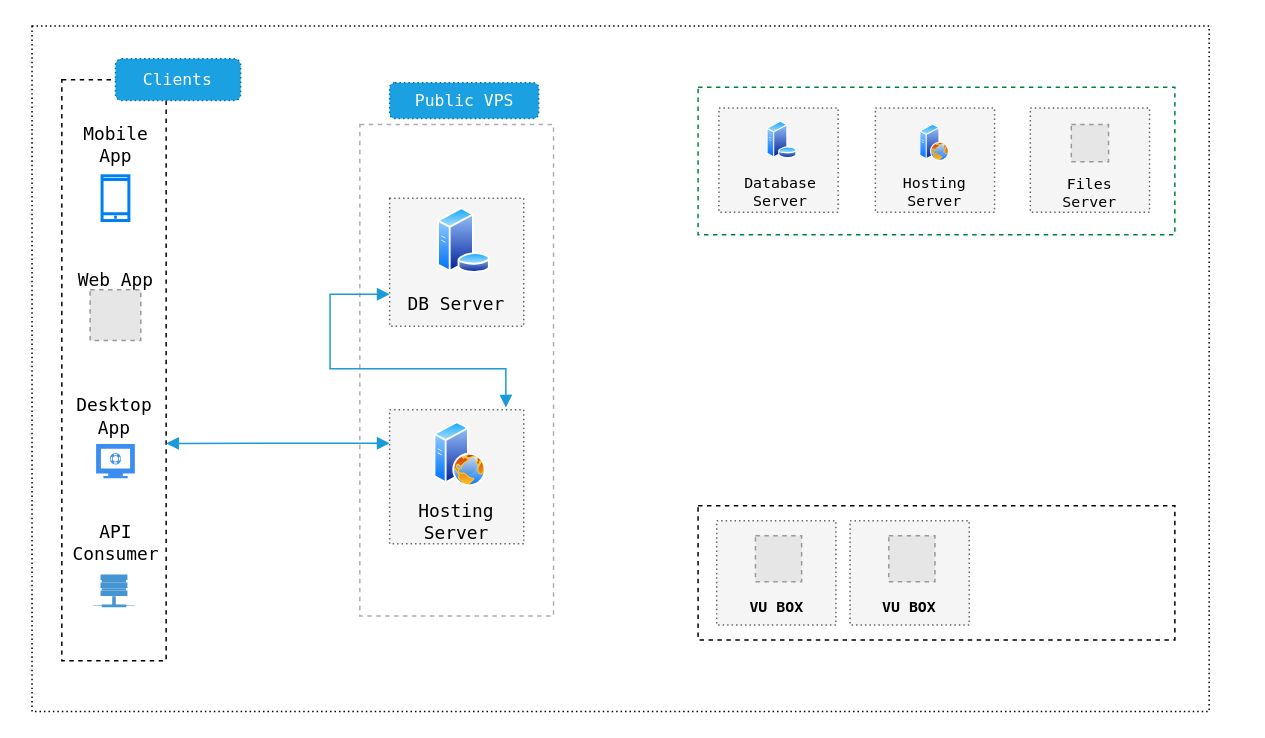
Earlier version of the draw.io diagram page "Page-1" (1 of 2) of Untitled Diagram.drawio (shoaibijaz/soding). Source tidied: cells renumbered, new cells numbered last; positions are measured from the earlier drawing's top-left corner, leaving out a move shared by most shapes. Both pictures are drawn from the tidied source at 149%, with x=0, y=0 at pixel (31, 25). Pictures stored in the file or linked from it are replaced by grey dashed boxes.
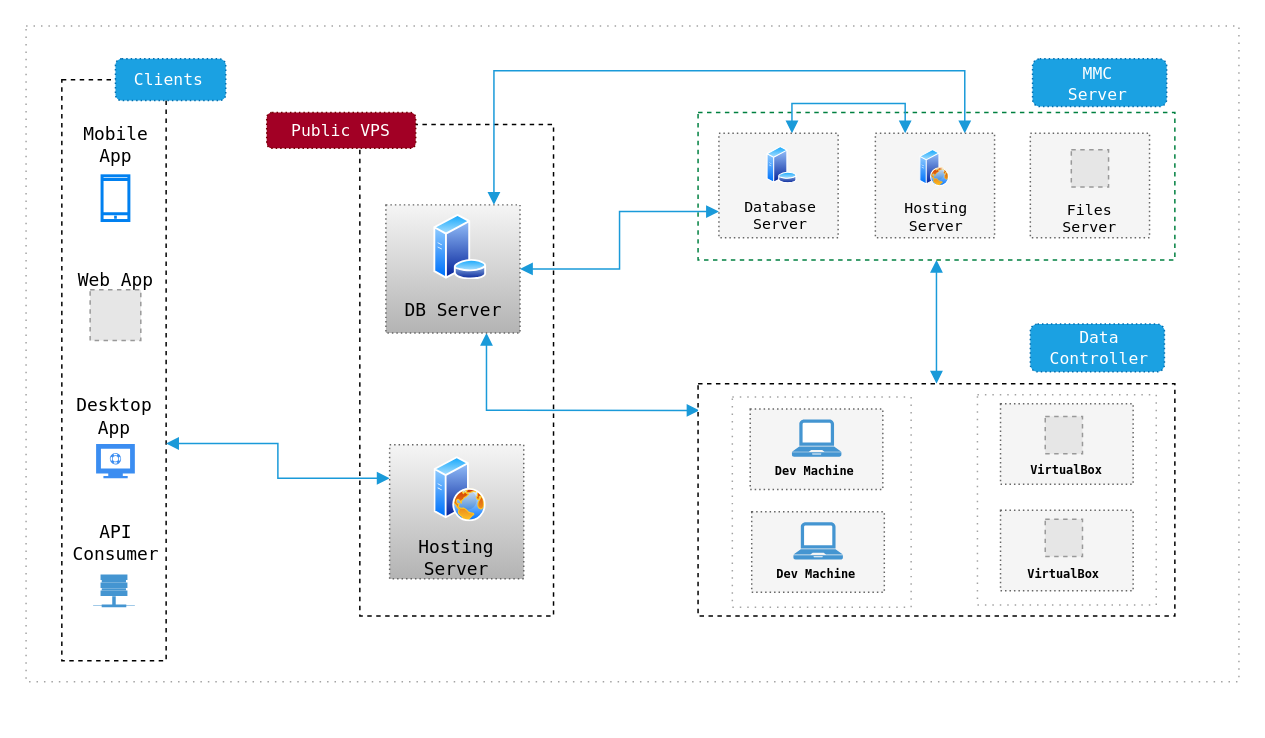
Above is the later version.

What changed in the source:
```diff
@@
-    <mxCell id="2" style="rounded=0;whiteSpace=wrap;html=1;dashed=1;dashPattern=1 2;fontFamily=Lucida Console;fontSize=18;" parent="1" vertex="1">
-      <mxGeometry width="790" height="460" as="geometry" />
-    </mxCell>
+    <mxCell id="42" style="rounded=0;whiteSpace=wrap;html=1;shadow=0;glass=0;dashed=1;dashPattern=1 4;comic=0;labelBackgroundColor=none;strokeColor=#A3A3A3;fillColor=none;gradientColor=none;fontFamily=Lucida Console;fontSize=8;fontColor=#000000;" parent="1" vertex="1">
+      <mxGeometry x="-4" width="814" height="440" as="geometry" />
+    </mxCell>
@@
-    <mxCell id="8" style="rounded=0;whiteSpace=wrap;html=1;dashed=1;fontFamily=Lucida Console;glass=0;shadow=0;comic=0;fillColor=none;strokeColor=#ADADAD;" parent="1" vertex="1">
+    <mxCell id="8" style="rounded=0;whiteSpace=wrap;html=1;dashed=1;fontFamily=Lucida Console;glass=0;shadow=0;comic=0;" parent="1" vertex="1">
       <mxGeometry x="220" y="66" width="130" height="330" as="geometry" />
     </mxCell>
@@
-    <mxCell id="10" style="rounded=0;whiteSpace=wrap;html=1;fontFamily=Lucida Console;dashed=1;dashPattern=1 2;fillColor=#f5f5f5;strokeColor=#666666;fontColor=#333333;" parent="1" vertex="1">
-      <mxGeometry x="240" y="257.5" width="90" height="90" as="geometry" />
+    <mxCell id="10" style="rounded=0;whiteSpace=wrap;html=1;fontFamily=Lucida Console;dashed=1;dashPattern=1 2;fillColor=#f5f5f5;strokeColor=#666666;gradientColor=#b3b3b3;" parent="1" vertex="1">
+      <mxGeometry x="240" y="281" width="90" height="90" as="geometry" />
     </mxCell>
-    <mxCell id="11" value="Hosting Server" style="text;html=1;strokeColor=none;fillColor=none;align=center;verticalAlign=middle;whiteSpace=wrap;rounded=0;fontFamily=Lucida Console;dashed=1;dashPattern=1 1;" parent="1" vertex="1">
-      <mxGeometry x="245" y="324.5" width="80" height="17" as="geometry" />
+    <mxCell id="11" value="Hosting Server" style="text;html=1;strokeColor=none;fillColor=none;align=center;verticalAlign=middle;whiteSpace=wrap;rounded=0;fontFamily=Lucida Console;dashed=1;dashPattern=1 1;fontColor=#000000;" parent="1" vertex="1">
+      <mxGeometry x="245" y="348" width="80" height="17" as="geometry" />
     </mxCell>
     <mxCell id="12" style="perimeter=ellipsePerimeter;html=1;align=center;shadow=0;dashed=0;spacingTop=3;image;image=img/lib/active_directory/web_server.svg;fontFamily=Lucida Console;imageBackground=none;" parent="1" vertex="1">
-      <mxGeometry x="270" y="265.5" width="35" height="44" as="geometry" />
+      <mxGeometry x="270" y="289" width="35" height="44" as="geometry" />
     </mxCell>
-    <mxCell id="13" style="edgeStyle=orthogonalEdgeStyle;rounded=0;jettySize=auto;html=1;exitX=0;exitY=0.75;exitDx=0;exitDy=0;entryX=0.867;entryY=-0.017;entryDx=0;entryDy=0;entryPerimeter=0;startArrow=block;startFill=1;endArrow=block;endFill=1;strokeColor=#1A9AD9;strokeWidth=1;fontSize=11;fontColor=none;" parent="1" edge="1" source="14" target="10">
-      <mxGeometry relative="1" as="geometry">
-        <Array as="points">
-          <mxPoint x="200" y="180" />
-          <mxPoint x="200" y="230" />
-          <mxPoint x="318" y="230" />
-        </Array>
-      </mxGeometry>
-    </mxCell>
+    <mxCell id="43" style="edgeStyle=orthogonalEdgeStyle;rounded=0;jettySize=auto;html=1;exitX=0.75;exitY=1;exitDx=0;exitDy=0;entryX=0.003;entryY=0.115;entryDx=0;entryDy=0;entryPerimeter=0;startArrow=block;startFill=1;endArrow=block;endFill=1;strokeColor=#1A9AD9;strokeWidth=1;fontFamily=Lucida Console;fontSize=8;fontColor=#000000;" parent="1" edge="1" source="14" target="26">
+      <mxGeometry relative="1" as="geometry" />
+    </mxCell>
-    <mxCell id="14" style="rounded=0;whiteSpace=wrap;html=1;fontFamily=Lucida Console;fillColor=#f5f5f5;strokeColor=#666666;fontColor=#333333;dashed=1;dashPattern=1 2;" parent="1" vertex="1">
-      <mxGeometry x="240" y="115.5" width="90" height="86" as="geometry" />
+    <mxCell id="14" style="rounded=0;whiteSpace=wrap;html=1;fontFamily=Lucida Console;fillColor=#f5f5f5;strokeColor=#666666;dashed=1;dashPattern=1 2;gradientColor=#b3b3b3;" parent="1" vertex="1">
+      <mxGeometry x="237.5" y="120" width="90" height="86" as="geometry" />
     </mxCell>
-    <mxCell id="15" value="DB Server" style="text;html=1;strokeColor=none;fillColor=none;align=center;verticalAlign=middle;whiteSpace=wrap;rounded=0;fontFamily=Lucida Console;" parent="1" vertex="1">
-      <mxGeometry x="245" y="176.5" width="80" height="20" as="geometry" />
+    <mxCell id="15" value="DB Server" style="text;html=1;strokeColor=none;fillColor=none;align=center;verticalAlign=middle;whiteSpace=wrap;rounded=0;fontFamily=Lucida Console;fontColor=#000000;" parent="1" vertex="1">
+      <mxGeometry x="242.5" y="181" width="80" height="20" as="geometry" />
     </mxCell>
-    <mxCell id="16" style="perimeter=ellipsePerimeter;html=1;align=center;shadow=0;dashed=0;spacingTop=3;image;image=img/lib/active_directory/database_server.svg;fontFamily=Lucida Console;" parent="1" vertex="1">
-      <mxGeometry x="272" y="122" width="36.1" height="44" as="geometry" />
+    <mxCell id="16" style="perimeter=ellipsePerimeter;html=1;align=center;shadow=0;dashed=0;spacingTop=3;image;image=img/lib/active_directory/database_server.svg;fontFamily=Lucida Console;imageBackground=none;labelBackgroundColor=none;fontColor=#000000;" parent="1" vertex="1">
+      <mxGeometry x="269.5" y="126.5" width="36.1" height="44" as="geometry" />
     </mxCell>
@@
+    <mxCell id="44" style="edgeStyle=orthogonalEdgeStyle;rounded=0;jettySize=auto;html=1;exitX=0.5;exitY=1;exitDx=0;exitDy=0;entryX=0.5;entryY=0;entryDx=0;entryDy=0;startArrow=block;startFill=1;endArrow=block;endFill=1;strokeColor=#1A9AD9;strokeWidth=1;fontFamily=Lucida Console;fontSize=8;fontColor=#000000;" parent="1" edge="1" source="19" target="26">
+      <mxGeometry relative="1" as="geometry" />
+    </mxCell>
     <mxCell id="19" style="rounded=0;whiteSpace=wrap;html=1;fontFamily=Lucida Console;dashed=1;strokeColor=#008040;" parent="1" vertex="1">
-      <mxGeometry x="447" y="41" width="320" height="99" as="geometry" />
+      <mxGeometry x="447" y="58" width="320" height="99" as="geometry" />
     </mxCell>
+    <mxCell id="45" style="edgeStyle=orthogonalEdgeStyle;rounded=0;jettySize=auto;html=1;exitX=0.75;exitY=0;exitDx=0;exitDy=0;startArrow=block;startFill=1;endArrow=block;endFill=1;strokeColor=#1A9AD9;strokeWidth=1;fontFamily=Lucida Console;fontSize=8;fontColor=#000000;" parent="1" edge="1" source="20">
+      <mxGeometry relative="1" as="geometry">
+        <mxPoint x="310" y="120" as="targetPoint" />
+        <Array as="points">
+          <mxPoint x="626" y="30" />
+          <mxPoint x="310" y="30" />
+        </Array>
+      </mxGeometry>
+    </mxCell>
+    <mxCell id="46" style="edgeStyle=orthogonalEdgeStyle;rounded=0;jettySize=auto;html=1;exitX=0.25;exitY=0;exitDx=0;exitDy=0;entryX=0.613;entryY=0;entryDx=0;entryDy=0;entryPerimeter=0;startArrow=block;startFill=1;endArrow=block;endFill=1;strokeColor=#1A9AD9;strokeWidth=1;fontFamily=Lucida Console;fontSize=8;fontColor=#000000;" parent="1" edge="1" source="20" target="23">
+      <mxGeometry relative="1" as="geometry" />
+    </mxCell>
     <mxCell id="20" style="rounded=0;whiteSpace=wrap;html=1;fontFamily=Lucida Console;fillColor=#F5F5F5;strokeColor=#666666;fontColor=#333333;dashed=1;dashPattern=1 2;" parent="1" vertex="1">
-      <mxGeometry x="566" y="55" width="80" height="70" as="geometry" />
+      <mxGeometry x="566" y="72" width="80" height="70" as="geometry" />
     </mxCell>
     <mxCell id="21" style="perimeter=ellipsePerimeter;html=1;align=center;shadow=0;dashed=0;spacingTop=3;image;image=img/lib/active_directory/web_server.svg;fontFamily=Lucida Console;" parent="1" vertex="1">
-      <mxGeometry x="596" y="66" width="20" height="25" as="geometry" />
+      <mxGeometry x="596" y="83" width="20" height="25" as="geometry" />
     </mxCell>
     <mxCell id="22" value="Hosting Server" style="text;html=1;strokeColor=none;fillColor=none;align=center;verticalAlign=middle;whiteSpace=wrap;rounded=0;fontFamily=Lucida Console;dashed=1;dashPattern=1 1;fontSize=10;fontStyle=0;" parent="1" vertex="1">
-      <mxGeometry x="566" y="101" width="80" height="20" as="geometry" />
+      <mxGeometry x="567" y="118" width="80" height="20" as="geometry" />
     </mxCell>
+    <mxCell id="47" style="edgeStyle=orthogonalEdgeStyle;rounded=0;jettySize=auto;html=1;exitX=0;exitY=0.75;exitDx=0;exitDy=0;entryX=1;entryY=0.5;entryDx=0;entryDy=0;startArrow=block;startFill=1;endArrow=block;endFill=1;strokeColor=#1A9AD9;strokeWidth=1;fontFamily=Lucida Console;fontSize=8;fontColor=#000000;" parent="1" edge="1" source="23" target="14">
+      <mxGeometry relative="1" as="geometry" />
+    </mxCell>
     <mxCell id="23" style="rounded=0;whiteSpace=wrap;html=1;fontFamily=Lucida Console;fillColor=#f5f5f5;strokeColor=#666666;fontColor=#333333;dashed=1;dashPattern=1 2;" parent="1" vertex="1">
-      <mxGeometry x="461" y="55" width="80" height="70" as="geometry" />
+      <mxGeometry x="461" y="72" width="80" height="70" as="geometry" />
     </mxCell>
     <mxCell id="24" style="perimeter=ellipsePerimeter;html=1;align=center;shadow=0;dashed=0;spacingTop=3;image;image=img/lib/active_directory/database_server.svg;fontFamily=Lucida Console;" parent="1" vertex="1">
-      <mxGeometry x="491" y="64" width="25" height="25" as="geometry" />
+      <mxGeometry x="491" y="81" width="25" height="25" as="geometry" />
     </mxCell>
     <mxCell id="25" value="Database Server" style="text;html=1;strokeColor=none;fillColor=none;align=center;verticalAlign=middle;whiteSpace=wrap;rounded=0;fontFamily=Lucida Console;dashed=1;dashPattern=1 1;fontSize=10;fontStyle=0;" parent="1" vertex="1">
-      <mxGeometry x="477.5" y="101" width="49" height="20" as="geometry" />
+      <mxGeometry x="477.5" y="117" width="49" height="20" as="geometry" />
     </mxCell>
     <mxCell id="26" style="rounded=0;whiteSpace=wrap;html=1;fontFamily=Lucida Console;dashed=1;" parent="1" vertex="1">
-      <mxGeometry x="447" y="322" width="320" height="90" as="geometry" />
+      <mxGeometry x="447" y="240" width="320" height="156" as="geometry" />
     </mxCell>
-    <mxCell id="27" style="rounded=0;whiteSpace=wrap;html=1;fontFamily=Lucida Console;fillColor=#f5f5f5;strokeColor=#666666;fontColor=#333333;dashed=1;dashPattern=1 2;" parent="1" vertex="1">
-      <mxGeometry x="459.5" y="332" width="80" height="70" as="geometry" />
-    </mxCell>
-    <mxCell id="28" value="VU BOX" style="text;html=1;strokeColor=none;fillColor=none;align=center;verticalAlign=middle;whiteSpace=wrap;rounded=0;fontFamily=Lucida Console;dashed=1;dashPattern=1 1;fontSize=10;fontStyle=1;" parent="1" vertex="1">
-      <mxGeometry x="459.5" y="380" width="80" height="20" as="geometry" />
-    </mxCell>
-    <mxCell id="29" style="fillColor=#E6E6E6;strokeColor=#999999;dashed=1;html=1;verticalAlign=top;verticalLabelPosition=bottom;labelBackgroundColor=#ffffff;fontFamily=Lucida Console;fontSize=10;" parent="1" vertex="1">
-      <mxGeometry x="485.5" y="342" width="31" height="31" as="geometry" />
-    </mxCell>
-    <mxCell id="30" style="rounded=0;whiteSpace=wrap;html=1;fontFamily=Lucida Console;fillColor=#f5f5f5;strokeColor=#666666;fontColor=#333333;dashed=1;dashPattern=1 2;" parent="1" vertex="1">
-      <mxGeometry x="549" y="332" width="80" height="70" as="geometry" />
-    </mxCell>
-    <mxCell id="31" value="VU BOX" style="text;html=1;strokeColor=none;fillColor=none;align=center;verticalAlign=middle;whiteSpace=wrap;rounded=0;fontFamily=Lucida Console;dashed=1;dashPattern=1 1;fontSize=10;fontStyle=1;" parent="1" vertex="1">
-      <mxGeometry x="549" y="380" width="80" height="20" as="geometry" />
-    </mxCell>
-    <mxCell id="32" style="fillColor=#E6E6E6;strokeColor=#999999;dashed=1;html=1;verticalAlign=top;verticalLabelPosition=bottom;labelBackgroundColor=#ffffff;fontFamily=Lucida Console;fontSize=10;" parent="1" vertex="1">
-      <mxGeometry x="575" y="342" width="31" height="31" as="geometry" />
-    </mxCell>
     <mxCell id="33" style="rounded=1;whiteSpace=wrap;html=1;dashed=1;dashPattern=1 2;strokeColor=#006EAF;fillColor=#1ba1e2;fontFamily=Lucida Console;fontSize=10;fontColor=#ffffff;" parent="1" vertex="1">
-      <mxGeometry x="56" y="22" width="84" height="28" as="geometry" />
+      <mxGeometry x="56" y="22" width="74" height="28" as="geometry" />
     </mxCell>
     <mxCell id="34" value="Clients" style="text;html=1;strokeColor=none;fillColor=none;align=center;verticalAlign=middle;whiteSpace=wrap;rounded=0;dashed=1;dashPattern=1 2;fontFamily=Lucida Console;fontSize=11;fontColor=#FFFFFF;" parent="1" vertex="1">
-      <mxGeometry x="78" y="26" width="40" height="20" as="geometry" />
+      <mxGeometry x="72" y="26" width="40" height="20" as="geometry" />
     </mxCell>
-    <mxCell id="35" style="rounded=1;whiteSpace=wrap;html=1;dashed=1;dashPattern=1 2;strokeColor=#006EAF;fillColor=#1ba1e2;fontFamily=Lucida Console;fontSize=10;fontColor=#ffffff;" parent="1" vertex="1">
-      <mxGeometry x="240" y="38" width="100" height="24" as="geometry" />
+    <mxCell id="35" style="rounded=1;whiteSpace=wrap;html=1;dashed=1;dashPattern=1 2;strokeColor=#6F0000;fillColor=#a20025;fontFamily=Lucida Console;fontSize=10;fontColor=#ffffff;" parent="1" vertex="1">
+      <mxGeometry x="157.5" y="58" width="100" height="24" as="geometry" />
     </mxCell>
     <mxCell id="36" value="&lt;font style=&quot;font-size: 11px&quot;&gt;Public VPS&lt;/font&gt;" style="text;html=1;strokeColor=none;fillColor=none;align=center;verticalAlign=middle;whiteSpace=wrap;rounded=0;dashed=1;dashPattern=1 2;fontFamily=Lucida Console;fontSize=11;fontColor=#FFFFFF;" parent="1" vertex="1">
-      <mxGeometry x="252.5" y="40" width="75" height="20" as="geometry" />
+      <mxGeometry x="170" y="60" width="75" height="20" as="geometry" />
     </mxCell>
@@
     <mxCell id="39" style="rounded=0;whiteSpace=wrap;html=1;fontFamily=Lucida Console;fillColor=#F5F5F5;strokeColor=#666666;fontColor=#333333;dashed=1;dashPattern=1 2;" parent="1" vertex="1">
-      <mxGeometry x="670" y="55" width="80" height="70" as="geometry" />
+      <mxGeometry x="670" y="72" width="80" height="70" as="geometry" />
     </mxCell>
     <mxCell id="40" value="Files Server" style="text;html=1;strokeColor=none;fillColor=none;align=center;verticalAlign=middle;whiteSpace=wrap;rounded=0;fontFamily=Lucida Console;dashed=1;dashPattern=1 1;fontSize=10;fontStyle=0;" parent="1" vertex="1">
-      <mxGeometry x="675" y="102" width="70" height="20" as="geometry" />
+      <mxGeometry x="675" y="119" width="70" height="20" as="geometry" />
     </mxCell>
     <mxCell id="41" style="fillColor=#E6E6E6;strokeColor=#999999;dashed=1;html=1;verticalAlign=top;verticalLabelPosition=bottom;labelBackgroundColor=#ffffff;fontSize=11;fontColor=none;" parent="1" vertex="1">
-      <mxGeometry x="697.5" y="66" width="25" height="25" as="geometry" />
+      <mxGeometry x="697.5" y="83" width="25" height="25" as="geometry" />
     </mxCell>
+    <mxCell id="48" style="rounded=0;whiteSpace=wrap;html=1;fontFamily=Lucida Console;fillColor=#f5f5f5;strokeColor=#666666;fontColor=#333333;dashed=1;dashPattern=1 2;" parent="1" vertex="1">
+      <mxGeometry x="482" y="257" width="89" height="54" as="geometry" />
+    </mxCell>
+    <mxCell id="49" style="shadow=0;dashed=0;html=1;strokeColor=none;fillColor=#4495D1;labelPosition=center;verticalLabelPosition=bottom;verticalAlign=top;align=center;shape=mxgraph.veeam.laptop;rounded=0;glass=0;comic=0;labelBackgroundColor=none;fontSize=11;fontColor=#FFFFFF;" parent="1" vertex="1">
+      <mxGeometry x="510" y="264" width="33.2" height="25" as="geometry" />
+    </mxCell>
+    <mxCell id="50" value="Dev Machine" style="text;html=1;strokeColor=none;fillColor=none;align=center;verticalAlign=middle;whiteSpace=wrap;rounded=0;fontFamily=Lucida Console;dashed=1;dashPattern=1 1;fontSize=8;fontStyle=1;" parent="1" vertex="1">
+      <mxGeometry x="489" y="289" width="73" height="20" as="geometry" />
+    </mxCell>
+    <mxCell id="51" style="rounded=0;whiteSpace=wrap;html=1;fontFamily=Lucida Console;fillColor=#f5f5f5;strokeColor=#666666;fontColor=#333333;dashed=1;dashPattern=1 2;" parent="1" vertex="1">
+      <mxGeometry x="483" y="326" width="89" height="54" as="geometry" />
+    </mxCell>
+    <mxCell id="52" style="shadow=0;dashed=0;html=1;strokeColor=none;fillColor=#4495D1;labelPosition=center;verticalLabelPosition=bottom;verticalAlign=top;align=center;shape=mxgraph.veeam.laptop;rounded=0;glass=0;comic=0;labelBackgroundColor=none;fontSize=11;fontColor=#FFFFFF;" parent="1" vertex="1">
+      <mxGeometry x="511" y="333" width="33.2" height="25" as="geometry" />
+    </mxCell>
+    <mxCell id="53" value="Dev Machine" style="text;html=1;strokeColor=none;fillColor=none;align=center;verticalAlign=middle;whiteSpace=wrap;rounded=0;fontFamily=Lucida Console;dashed=1;dashPattern=1 1;fontSize=8;fontStyle=1;" parent="1" vertex="1">
+      <mxGeometry x="490" y="358" width="73" height="20" as="geometry" />
+    </mxCell>
+    <mxCell id="54" style="rounded=0;whiteSpace=wrap;html=1;fontFamily=Lucida Console;fillColor=#f5f5f5;strokeColor=#666666;fontColor=#333333;dashed=1;dashPattern=1 2;" parent="1" vertex="1">
+      <mxGeometry x="650" y="253.5" width="89" height="54" as="geometry" />
+    </mxCell>
+    <mxCell id="55" value="VirtualBox" style="text;html=1;strokeColor=none;fillColor=none;align=center;verticalAlign=middle;whiteSpace=wrap;rounded=0;fontFamily=Lucida Console;dashed=1;dashPattern=1 1;fontSize=8;fontStyle=1;" parent="1" vertex="1">
+      <mxGeometry x="658" y="287.5" width="73" height="20" as="geometry" />
+    </mxCell>
+    <mxCell id="29" style="fillColor=#E6E6E6;strokeColor=#999999;dashed=1;html=1;verticalAlign=top;verticalLabelPosition=bottom;labelBackgroundColor=#ffffff;fontFamily=Lucida Console;fontSize=10;" parent="1" vertex="1">
+      <mxGeometry x="680" y="262" width="25" height="25" as="geometry" />
+    </mxCell>
+    <mxCell id="56" style="rounded=0;whiteSpace=wrap;html=1;shadow=0;glass=0;comic=0;labelBackgroundColor=none;strokeColor=#A3A3A3;fillColor=none;gradientColor=none;fontFamily=Lucida Console;fontSize=8;fontColor=#FFFFFF;dashed=1;dashPattern=1 4;" parent="1" vertex="1">
+      <mxGeometry x="470" y="249" width="120" height="141" as="geometry" />
+    </mxCell>
+    <mxCell id="57" style="rounded=0;whiteSpace=wrap;html=1;fontFamily=Lucida Console;fillColor=#f5f5f5;strokeColor=#666666;fontColor=#333333;dashed=1;dashPattern=1 2;" parent="1" vertex="1">
+      <mxGeometry x="650" y="325" width="89" height="54" as="geometry" />
+    </mxCell>
+    <mxCell id="58" value="VirtualBox" style="text;html=1;strokeColor=none;fillColor=none;align=center;verticalAlign=middle;whiteSpace=wrap;rounded=0;fontFamily=Lucida Console;dashed=1;dashPattern=1 1;fontSize=8;fontStyle=1;" parent="1" vertex="1">
+      <mxGeometry x="656" y="357.5" width="73" height="20" as="geometry" />
+    </mxCell>
+    <mxCell id="59" style="fillColor=#E6E6E6;strokeColor=#999999;dashed=1;html=1;verticalAlign=top;verticalLabelPosition=bottom;labelBackgroundColor=#ffffff;fontFamily=Lucida Console;fontSize=10;" parent="1" vertex="1">
+      <mxGeometry x="680" y="331" width="25" height="25" as="geometry" />
+    </mxCell>
+    <mxCell id="60" style="rounded=0;whiteSpace=wrap;html=1;shadow=0;glass=0;comic=0;labelBackgroundColor=none;strokeColor=#A3A3A3;fillColor=none;gradientColor=none;fontFamily=Lucida Console;fontSize=8;fontColor=#FFFFFF;dashed=1;dashPattern=1 4;" parent="1" vertex="1">
+      <mxGeometry x="634.5" y="247.5" width="120" height="141" as="geometry" />
+    </mxCell>
+    <mxCell id="61" style="rounded=1;whiteSpace=wrap;html=1;dashed=1;dashPattern=1 2;strokeColor=#006EAF;fillColor=#1ba1e2;fontFamily=Lucida Console;fontSize=10;fontColor=#ffffff;" parent="1" vertex="1">
+      <mxGeometry x="670" y="200" width="90" height="32" as="geometry" />
+    </mxCell>
+    <mxCell id="62" value="Data Controller" style="text;html=1;strokeColor=none;fillColor=none;align=center;verticalAlign=middle;whiteSpace=wrap;rounded=0;dashed=1;dashPattern=1 2;fontFamily=Lucida Console;fontSize=11;fontColor=#FFFFFF;" parent="1" vertex="1">
+      <mxGeometry x="689" y="206" width="55" height="20" as="geometry" />
+    </mxCell>
+    <mxCell id="63" style="rounded=1;whiteSpace=wrap;html=1;dashed=1;dashPattern=1 2;strokeColor=#006EAF;fillColor=#1ba1e2;fontFamily=Lucida Console;fontSize=10;fontColor=#ffffff;" parent="1" vertex="1">
+      <mxGeometry x="671.5" y="22" width="90" height="32" as="geometry" />
+    </mxCell>
+    <mxCell id="64" value="MMC Server" style="text;html=1;strokeColor=none;fillColor=none;align=center;verticalAlign=middle;whiteSpace=wrap;rounded=0;dashed=1;dashPattern=1 2;fontFamily=Lucida Console;fontSize=11;fontColor=#FFFFFF;" parent="1" vertex="1">
+      <mxGeometry x="687.5" y="29" width="55" height="20" as="geometry" />
+    </mxCell>
```
